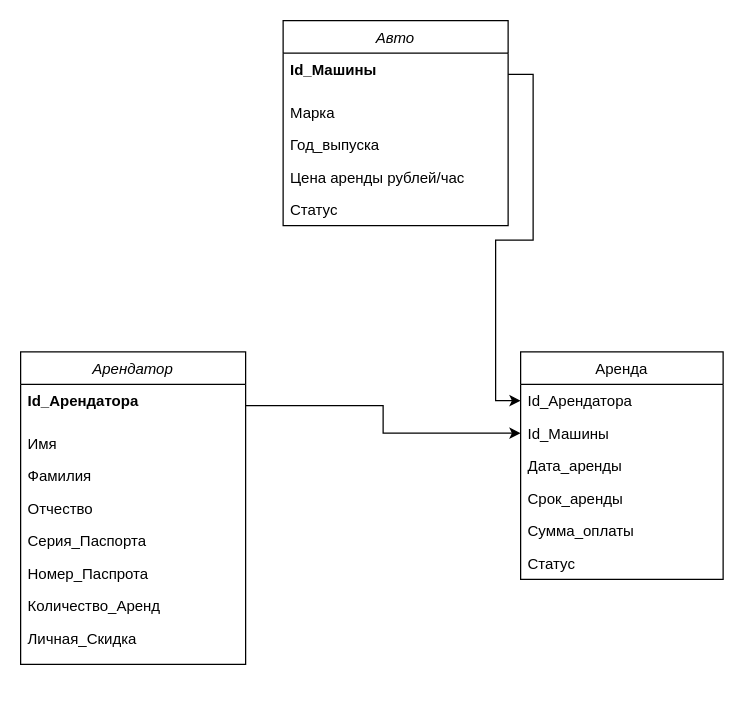
The draw.io diagram Диаграмма без названия.drawio in DanyLucifer/SaveData, before the edit. Source tidied: cells renumbered, new cells numbered last; positions are measured from the earlier drawing's top-left corner, leaving out a move shared by most shapes. Both pictures are drawn from the tidied source at 125%, with x=0, y=0 at pixel (20, 20).
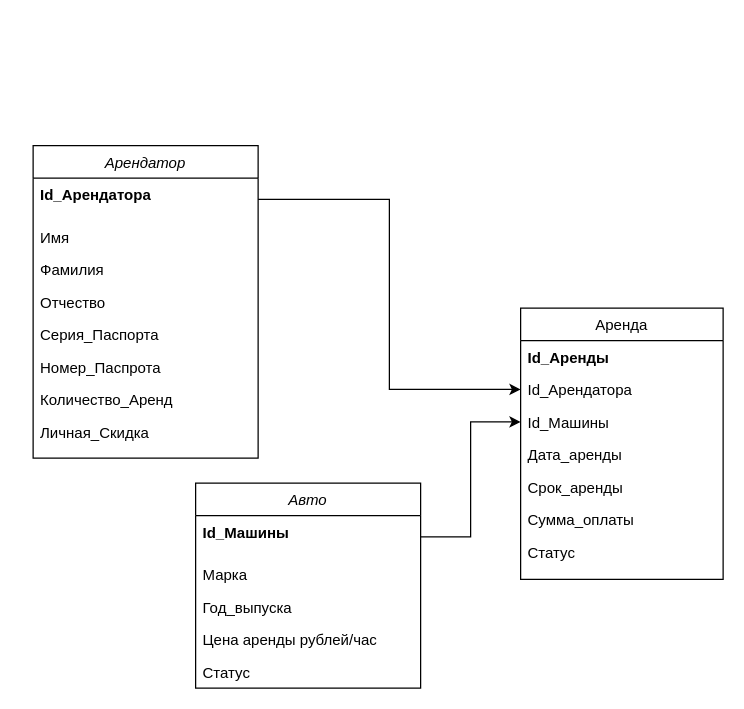
The same diagram, later.

Unchanged cells that the change refers to:
```xml
<mxCell id="3" value="Id_Машины" style="text;align=left;verticalAlign=top;spacingLeft=4;spacingRight=4;overflow=hidden;points=[[0,0.5],[1,0.5]];portConstraint=eastwest;fontStyle=1;" parent="2" vertex="1">
  <mxGeometry y="26" width="180" height="34" as="geometry" />
</mxCell>
<mxCell id="16" value="Id_Арендатора" style="text;align=left;verticalAlign=top;spacingLeft=4;spacingRight=4;overflow=hidden;points=[[0,0.5],[1,0.5]];portConstraint=eastwest;fontStyle=1;" parent="15" vertex="1">
  <mxGeometry y="26" width="180" height="34" as="geometry" />
</mxCell>
```

Diff of the diagram source:
```diff
@@
     <mxCell id="2" value="Авто" style="swimlane;fontStyle=2;align=center;verticalAlign=top;horizontal=1;startSize=26;rounded=0;shadow=0;strokeWidth=1;" parent="1" vertex="1">
-      <mxGeometry x="210" width="180" height="164" as="geometry" />
+      <mxGeometry x="140" y="370" width="180" height="164" as="geometry" />
     </mxCell>
@@
     <mxCell id="8" value="Аренда" style="swimlane;fontStyle=0;align=center;verticalAlign=top;horizontal=1;startSize=26;rounded=0;shadow=0;strokeWidth=1;" parent="1" vertex="1">
-      <mxGeometry x="400" y="265" width="162" height="182" as="geometry" />
+      <mxGeometry x="400" y="230" width="162" height="217" as="geometry" />
     </mxCell>
+    <mxCell id="26" value="Id_Аренды" style="text;align=left;verticalAlign=top;spacingLeft=4;spacingRight=4;overflow=hidden;fontStyle=1;" parent="8" vertex="1">
+      <mxGeometry y="26" width="162" height="26" as="geometry" />
+    </mxCell>
     <mxCell id="9" value="Id_Арендатора" style="text;align=left;verticalAlign=top;spacingLeft=4;spacingRight=4;overflow=hidden;points=[[0,0.5],[1,0.5]];portConstraint=eastwest;rounded=0;shadow=0;html=0;" parent="8" vertex="1">
-      <mxGeometry y="26" width="162" height="26" as="geometry" />
+      <mxGeometry y="52" width="162" height="26" as="geometry" />
     </mxCell>
     <mxCell id="10" value="Id_Машины" style="text;align=left;verticalAlign=top;spacingLeft=4;spacingRight=4;overflow=hidden;points=[[0,0.5],[1,0.5]];portConstraint=eastwest;rounded=0;shadow=0;html=0;" parent="8" vertex="1">
-      <mxGeometry y="52" width="162" height="26" as="geometry" />
+      <mxGeometry y="78" width="162" height="26" as="geometry" />
     </mxCell>
     <mxCell id="11" value="Дата_аренды" style="text;align=left;verticalAlign=top;spacingLeft=4;spacingRight=4;overflow=hidden;" parent="8" vertex="1">
-      <mxGeometry y="78" width="162" height="26" as="geometry" />
+      <mxGeometry y="104" width="162" height="26" as="geometry" />
     </mxCell>
     <mxCell id="12" value="Срок_аренды" style="text;align=left;verticalAlign=top;spacingLeft=4;spacingRight=4;overflow=hidden;" parent="8" vertex="1">
-      <mxGeometry y="104" width="162" height="26" as="geometry" />
+      <mxGeometry y="130" width="162" height="26" as="geometry" />
     </mxCell>
     <mxCell id="13" value="Сумма_оплаты" style="text;align=left;verticalAlign=top;spacingLeft=4;spacingRight=4;overflow=hidden;" parent="8" vertex="1">
-      <mxGeometry y="130" width="162" height="26" as="geometry" />
+      <mxGeometry y="156" width="162" height="26" as="geometry" />
     </mxCell>
     <mxCell id="14" value="Статус" style="text;align=left;verticalAlign=top;spacingLeft=4;spacingRight=4;overflow=hidden;" parent="8" vertex="1">
-      <mxGeometry y="156" width="162" height="26" as="geometry" />
+      <mxGeometry y="182" width="162" height="26" as="geometry" />
     </mxCell>
     <mxCell id="15" value="Арендатор" style="swimlane;fontStyle=2;align=center;verticalAlign=top;horizontal=1;startSize=26;rounded=0;shadow=0;strokeWidth=1;" parent="1" vertex="1">
-      <mxGeometry y="265" width="180" height="250" as="geometry" />
+      <mxGeometry x="10" y="100" width="180" height="250" as="geometry" />
     </mxCell>
@@
-    <mxCell id="24" style="edgeStyle=orthogonalEdgeStyle;rounded=0;jettySize=auto;html=1;entryX=0;entryY=0.5;entryDx=0;entryDy=0;" parent="1" edge="1" source="16" target="10">
+    <mxCell id="24" style="edgeStyle=orthogonalEdgeStyle;rounded=0;jettySize=auto;html=1;entryX=0;entryY=0.5;entryDx=0;entryDy=0;" parent="1" edge="1" source="16" target="9">
       <mxGeometry relative="1" as="geometry" />
     </mxCell>
-    <mxCell id="25" style="edgeStyle=orthogonalEdgeStyle;rounded=0;jettySize=auto;html=1;entryX=0;entryY=0.5;entryDx=0;entryDy=0;" parent="1" edge="1" source="3" target="9">
+    <mxCell id="25" style="edgeStyle=orthogonalEdgeStyle;rounded=0;jettySize=auto;html=1;entryX=0;entryY=0.5;entryDx=0;entryDy=0;" parent="1" edge="1" source="3" target="10">
       <mxGeometry relative="1" as="geometry" />
     </mxCell>
```
